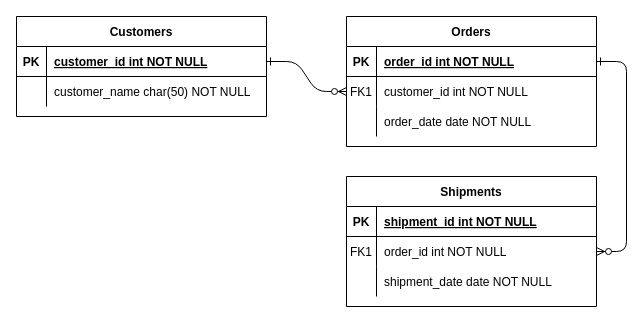
pateldeep99/ERD keeps this draw.io diagram as digital_transformation_wpl_.drawio. Above is the earlier version. Source tidied: cells renumbered, new cells numbered last; positions are measured from the earlier drawing's top-left corner, leaving out a move shared by most shapes. Both pictures are drawn from the tidied source at 100%, with x=0, y=0 at pixel (16, 16).
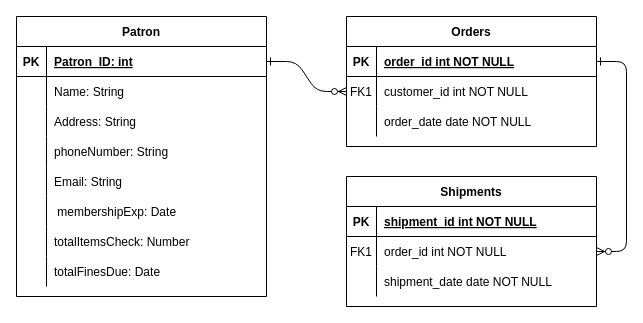
The same diagram, later.

The change refers to these unchanged cells:
```xml
<mxCell id="25" style="shape=partialRectangle;fillColor=none;points=[[0,0.5],[1,0.5]];portConstraint=eastwest;top=0;left=0;right=0;bottom=1;" parent="24" vertex="1">
  <mxGeometry y="30" width="250" height="30" as="geometry" />
</mxCell>
<mxCell id="28" style="shape=partialRectangle;fillColor=none;top=0;left=0;right=0;bottom=0;" parent="24" vertex="1">
  <mxGeometry y="60" width="250" height="30" as="geometry" />
</mxCell>
```

Change to the diagram source:
```diff
@@
-    <mxCell id="24" value="Customers" style="shape=table;startSize=30;childLayout=tableLayout;rowLines=0;fontStyle=1;align=center;" parent="1" vertex="1">
-      <mxGeometry width="250" height="100" as="geometry" />
+    <mxCell id="24" value="Patron" style="shape=table;startSize=30;childLayout=tableLayout;rowLines=0;fontStyle=1;align=center;" parent="1" vertex="1">
+      <mxGeometry width="250" height="280" as="geometry" />
     </mxCell>
@@
-    <mxCell id="27" value="customer_id int NOT NULL " style="shape=partialRectangle;overflow=hidden;fillColor=none;top=0;left=0;bottom=0;right=0;align=left;spacingLeft=6;fontStyle=5;" parent="25" vertex="1">
+    <mxCell id="27" value="Patron_ID: int" style="shape=partialRectangle;overflow=hidden;fillColor=none;top=0;left=0;bottom=0;right=0;align=left;spacingLeft=6;fontStyle=5;" parent="25" vertex="1">
       <mxGeometry x="30" width="220" height="30" as="geometry" />
     </mxCell>
@@
-    <mxCell id="30" value="customer_name char(50) NOT NULL" style="shape=partialRectangle;overflow=hidden;fillColor=none;top=0;left=0;bottom=0;right=0;align=left;spacingLeft=6;" parent="28" vertex="1">
+    <mxCell id="30" value="Name: String" style="shape=partialRectangle;overflow=hidden;fillColor=none;top=0;left=0;bottom=0;right=0;align=left;spacingLeft=6;" parent="28" vertex="1">
       <mxGeometry x="30" width="220" height="30" as="geometry" />
     </mxCell>
+    <mxCell id="31" style="shape=tableRow;horizontal=0;startSize=0;swimlaneHead=0;swimlaneBody=0;fillColor=none;top=0;left=0;right=0;bottom=0;" parent="24" vertex="1">
+      <mxGeometry y="90" width="250" height="30" as="geometry" />
+    </mxCell>
+    <mxCell id="32" style="shape=partialRectangle;fillColor=none;top=0;left=0;bottom=0;right=0;overflow=hidden;" parent="31" vertex="1">
+      <mxGeometry width="30" height="30" as="geometry" />
+    </mxCell>
+    <mxCell id="33" value="Address: String" style="shape=partialRectangle;fillColor=none;top=0;left=0;bottom=0;right=0;align=left;spacingLeft=6;overflow=hidden;" parent="31" vertex="1">
+      <mxGeometry x="30" width="220" height="30" as="geometry" />
+    </mxCell>
+    <mxCell id="34" style="shape=tableRow;horizontal=0;startSize=0;swimlaneHead=0;swimlaneBody=0;fillColor=none;top=0;left=0;right=0;bottom=0;" parent="24" vertex="1">
+      <mxGeometry y="120" width="250" height="30" as="geometry" />
+    </mxCell>
+    <mxCell id="35" style="shape=partialRectangle;fillColor=none;top=0;left=0;bottom=0;right=0;overflow=hidden;" parent="34" vertex="1">
+      <mxGeometry width="30" height="30" as="geometry" />
+    </mxCell>
+    <mxCell id="36" value="phoneNumber: String" style="shape=partialRectangle;fillColor=none;top=0;left=0;bottom=0;right=0;align=left;spacingLeft=6;overflow=hidden;" parent="34" vertex="1">
+      <mxGeometry x="30" width="220" height="30" as="geometry" />
+    </mxCell>
+    <mxCell id="37" style="shape=tableRow;horizontal=0;startSize=0;swimlaneHead=0;swimlaneBody=0;fillColor=none;top=0;left=0;right=0;bottom=0;" parent="24" vertex="1">
+      <mxGeometry y="150" width="250" height="30" as="geometry" />
+    </mxCell>
+    <mxCell id="38" style="shape=partialRectangle;fillColor=none;top=0;left=0;bottom=0;right=0;overflow=hidden;" parent="37" vertex="1">
+      <mxGeometry width="30" height="30" as="geometry" />
+    </mxCell>
+    <mxCell id="39" value="Email: String" style="shape=partialRectangle;fillColor=none;top=0;left=0;bottom=0;right=0;align=left;spacingLeft=6;overflow=hidden;" parent="37" vertex="1">
+      <mxGeometry x="30" width="220" height="30" as="geometry" />
+    </mxCell>
+    <mxCell id="40" style="shape=tableRow;horizontal=0;startSize=0;swimlaneHead=0;swimlaneBody=0;fillColor=none;top=0;left=0;right=0;bottom=0;" parent="24" vertex="1">
+      <mxGeometry y="180" width="250" height="30" as="geometry" />
+    </mxCell>
+    <mxCell id="41" style="shape=partialRectangle;fillColor=none;top=0;left=0;bottom=0;right=0;overflow=hidden;" parent="40" vertex="1">
+      <mxGeometry width="30" height="30" as="geometry" />
+    </mxCell>
+    <mxCell id="42" value=" membershipExp: Date" style="shape=partialRectangle;fillColor=none;top=0;left=0;bottom=0;right=0;align=left;spacingLeft=6;overflow=hidden;" parent="40" vertex="1">
+      <mxGeometry x="30" width="220" height="30" as="geometry" />
+    </mxCell>
+    <mxCell id="43" style="shape=tableRow;horizontal=0;startSize=0;swimlaneHead=0;swimlaneBody=0;fillColor=none;top=0;left=0;right=0;bottom=0;" parent="24" vertex="1">
+      <mxGeometry y="210" width="250" height="30" as="geometry" />
+    </mxCell>
+    <mxCell id="44" style="shape=partialRectangle;fillColor=none;top=0;left=0;bottom=0;right=0;overflow=hidden;" parent="43" vertex="1">
+      <mxGeometry width="30" height="30" as="geometry" />
+    </mxCell>
+    <mxCell id="45" value="totalItemsCheck: Number" style="shape=partialRectangle;fillColor=none;top=0;left=0;bottom=0;right=0;align=left;spacingLeft=6;overflow=hidden;" parent="43" vertex="1">
+      <mxGeometry x="30" width="220" height="30" as="geometry" />
+    </mxCell>
+    <mxCell id="46" style="shape=tableRow;horizontal=0;startSize=0;swimlaneHead=0;swimlaneBody=0;fillColor=none;top=0;left=0;right=0;bottom=0;" parent="24" vertex="1">
+      <mxGeometry y="240" width="250" height="30" as="geometry" />
+    </mxCell>
+    <mxCell id="47" style="shape=partialRectangle;fillColor=none;top=0;left=0;bottom=0;right=0;overflow=hidden;" parent="46" vertex="1">
+      <mxGeometry width="30" height="30" as="geometry" />
+    </mxCell>
+    <mxCell id="48" value="totalFinesDue: Date" style="shape=partialRectangle;fillColor=none;top=0;left=0;bottom=0;right=0;align=left;spacingLeft=6;overflow=hidden;" parent="46" vertex="1">
+      <mxGeometry x="30" width="220" height="30" as="geometry" />
+    </mxCell>
```
